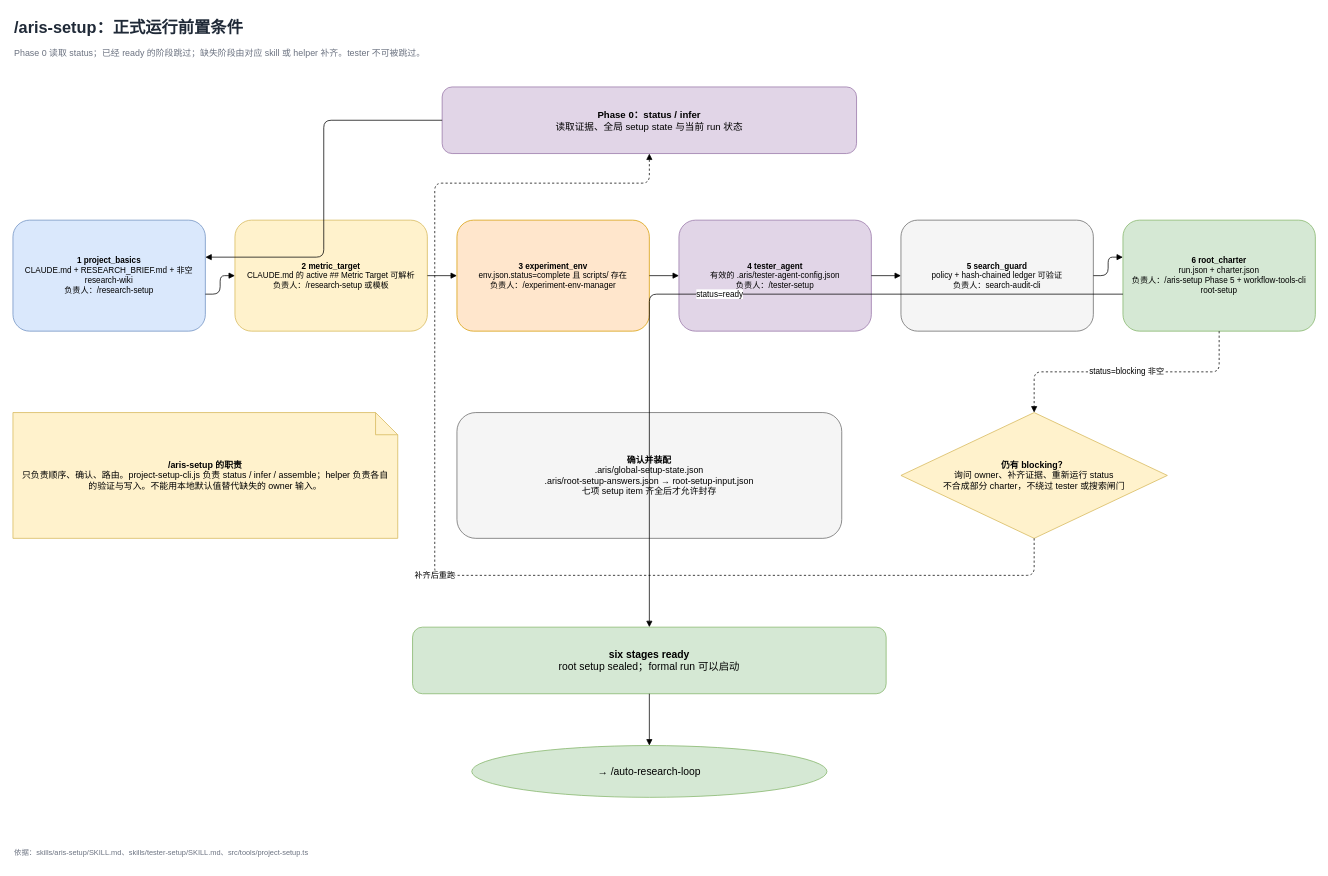
Above: page "01 /aris-setup 五阶段" (2 of 6) of packages/Auto-claude-code-research-in-sleep/docs/auto-research-loop-and-skills-flow.drawio in justforyou16007/paseo (draw.io), before the change. Source tidied: cells renumbered, new cells numbered last; positions are measured from the earlier drawing's top-left corner, leaving out a move shared by most shapes. Both pictures are drawn from the tidied source at 74%, with x=0, y=0 at pixel (13, 13).
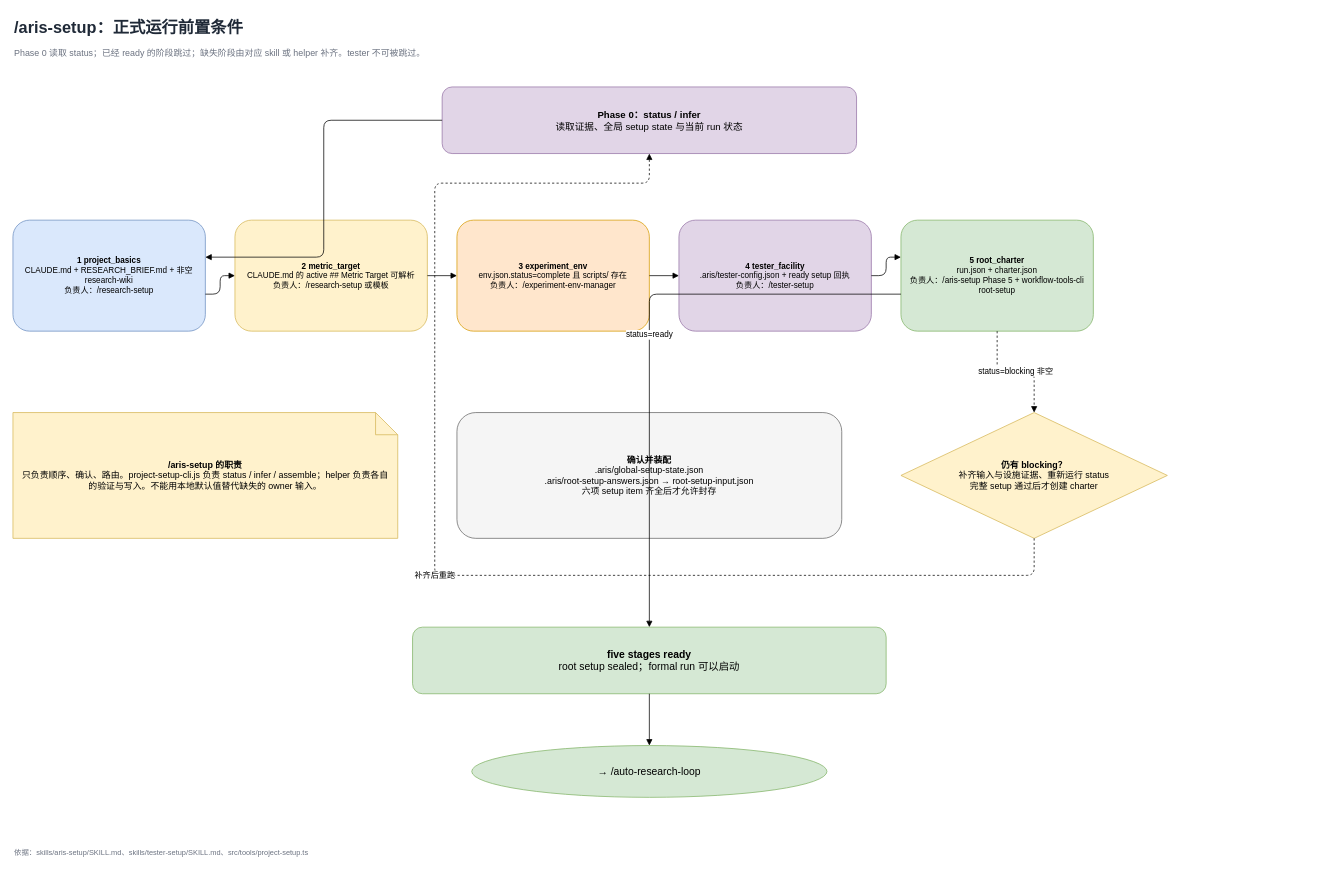
After the change.

Diff of the diagram source:
```diff
@@
-    <mxCell id="8" value="&lt;b&gt;4 tester_agent&lt;/b&gt;&lt;br&gt;有效的 .aris/tester-agent-config.json&lt;br&gt;负责人：/tester-setup" style="rounded=1;whiteSpace=wrap;html=1;fillColor=#e1d5e7;strokeColor=#9673a6;fontSize=11;spacing=7;" parent="1" vertex="1">
+    <mxCell id="8" value="&lt;b&gt;4 tester_facility&lt;/b&gt;&lt;br&gt;.aris/tester-config.json + ready setup 回执&lt;br&gt;负责人：/tester-setup" style="rounded=1;whiteSpace=wrap;html=1;fillColor=#e1d5e7;strokeColor=#9673a6;fontSize=11;spacing=7;" parent="1" vertex="1">
       <mxGeometry x="900" y="280" width="260" height="150" as="geometry" />
     </mxCell>
-    <mxCell id="9" value="&lt;b&gt;5 search_guard&lt;/b&gt;&lt;br&gt;policy + hash-chained ledger 可验证&lt;br&gt;负责人：search-audit-cli" style="rounded=1;whiteSpace=wrap;html=1;fillColor=#f5f5f5;strokeColor=#666666;fontSize=11;spacing=7;" parent="1" vertex="1">
-      <mxGeometry x="1200" y="280" width="260" height="150" as="geometry" />
-    </mxCell>
-    <mxCell id="10" value="&lt;b&gt;6 root_charter&lt;/b&gt;&lt;br&gt;run.json + charter.json&lt;br&gt;负责人：/aris-setup Phase 5 + workflow-tools-cli root-setup" style="rounded=1;whiteSpace=wrap;html=1;fillColor=#d5e8d4;strokeColor=#82b366;fontSize=11;spacing=7;" parent="1" vertex="1">
-      <mxGeometry x="1500" y="280" width="260" height="150" as="geometry" />
+    <mxCell id="10" value="&lt;b&gt;5 root_charter&lt;/b&gt;&lt;br&gt;run.json + charter.json&lt;br&gt;负责人：/aris-setup Phase 5 + workflow-tools-cli root-setup" style="rounded=1;whiteSpace=wrap;html=1;fillColor=#d5e8d4;strokeColor=#82b366;fontSize=11;spacing=7;" parent="1" vertex="1">
+      <mxGeometry x="1200" y="280" width="260" height="150" as="geometry" />
     </mxCell>
@@
-    <mxCell id="12" value="&lt;b&gt;确认并装配&lt;/b&gt;&lt;br&gt;.aris/global-setup-state.json&lt;br&gt;.aris/root-setup-answers.json → root-setup-input.json&lt;br&gt;七项 setup item 齐全后才允许封存" style="rounded=1;whiteSpace=wrap;html=1;fillColor=#f5f5f5;strokeColor=#666666;fontSize=12;spacing=8;" parent="1" vertex="1">
+    <mxCell id="12" value="&lt;b&gt;确认并装配&lt;/b&gt;&lt;br&gt;.aris/global-setup-state.json&lt;br&gt;.aris/root-setup-answers.json → root-setup-input.json&lt;br&gt;六项 setup item 齐全后才允许封存" style="rounded=1;whiteSpace=wrap;html=1;fillColor=#f5f5f5;strokeColor=#666666;fontSize=12;spacing=8;" parent="1" vertex="1">
       <mxGeometry x="600" y="540" width="520" height="170" as="geometry" />
     </mxCell>
-    <mxCell id="13" value="&lt;b&gt;仍有 blocking？&lt;/b&gt;&lt;br&gt;询问 owner、补齐证据、重新运行 status&lt;br&gt;不合成部分 charter，不绕过 tester 或搜索闸门" style="rhombus;whiteSpace=wrap;html=1;fillColor=#fff2cc;strokeColor=#d6b656;fontSize=12;spacing=5;" parent="1" vertex="1">
+    <mxCell id="13" value="&lt;b&gt;仍有 blocking？&lt;/b&gt;&lt;br&gt;补齐输入与设施证据、重新运行 status&lt;br&gt;完整 setup 通过后才创建 charter" style="rhombus;whiteSpace=wrap;html=1;fillColor=#fff2cc;strokeColor=#d6b656;fontSize=12;spacing=5;" parent="1" vertex="1">
       <mxGeometry x="1200" y="540" width="360" height="170" as="geometry" />
     </mxCell>
-    <mxCell id="14" value="&lt;b&gt;six stages ready&lt;/b&gt;&lt;br&gt;root setup sealed；formal run 可以启动" style="rounded=1;whiteSpace=wrap;html=1;fillColor=#d5e8d4;strokeColor=#82b366;fontSize=14;spacing=8;" parent="1" vertex="1">
+    <mxCell id="14" value="&lt;b&gt;five stages ready&lt;/b&gt;&lt;br&gt;root setup sealed；formal run 可以启动" style="rounded=1;whiteSpace=wrap;html=1;fillColor=#d5e8d4;strokeColor=#82b366;fontSize=14;spacing=8;" parent="1" vertex="1">
       <mxGeometry x="540" y="830" width="640" height="90" as="geometry" />
     </mxCell>
@@
-    <mxCell id="20" style="edgeStyle=orthogonalEdgeStyle;rounded=1;jettySize=auto;html=1;endArrow=block;endFill=1;" parent="1" edge="1" source="8" target="9">
-      <mxGeometry relative="1" as="geometry" />
-    </mxCell>
-    <mxCell id="21" style="edgeStyle=orthogonalEdgeStyle;rounded=1;jettySize=auto;html=1;endArrow=block;endFill=1;entryX=0;entryY=0.333333;entryDx=0;entryDy=0;" parent="1" edge="1" source="9" target="10">
+    <mxCell id="21" style="edgeStyle=orthogonalEdgeStyle;rounded=1;jettySize=auto;html=1;endArrow=block;endFill=1;entryX=0;entryY=0.333333;entryDx=0;entryDy=0;" parent="1" edge="1" source="8" target="10">
       <mxGeometry relative="1" as="geometry" />
     </mxCell>
```
